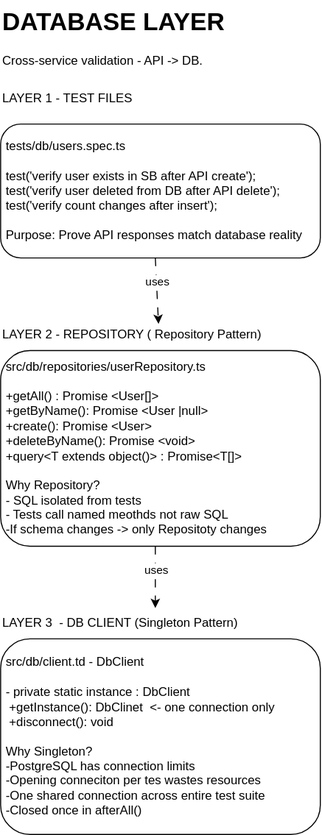
Before: docs/design/diagrams/07-database-layer.svg, a diagram exported from draw.io (sashika-hsg/qa-automation-portfolio). Source tidied: cells renumbered, new cells last; positions are measured from the earlier drawing's top-left corner, leaving out a move shared by most shapes.
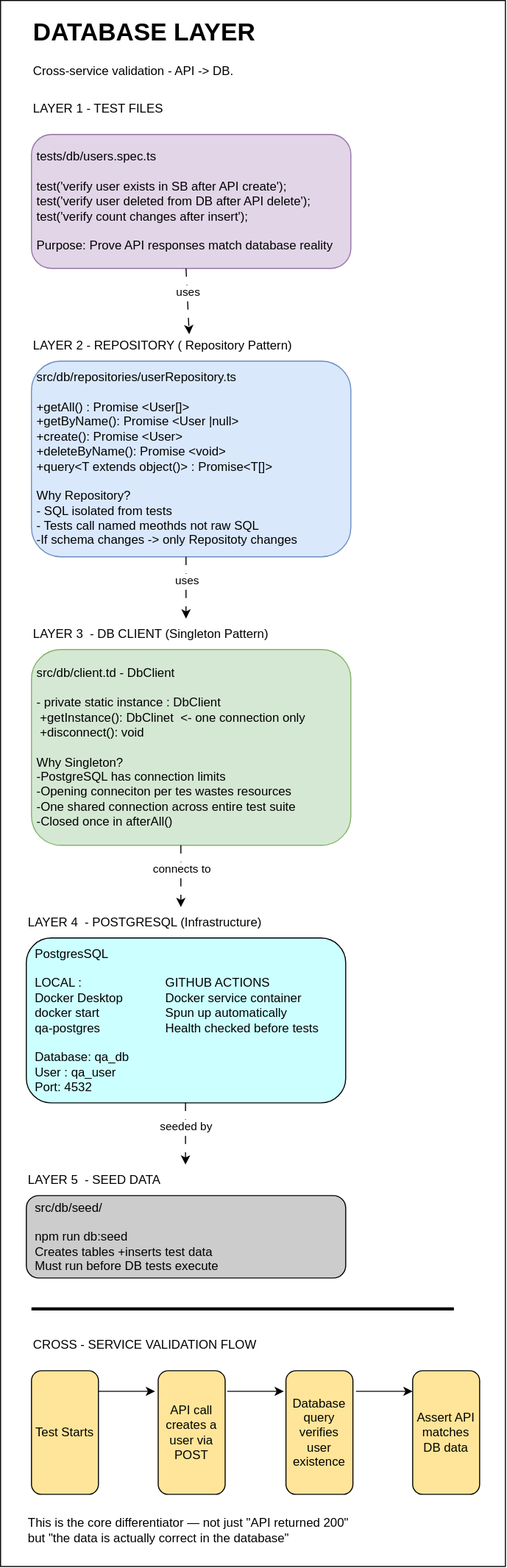
Above is the later version.

The edit, as a diff of the source:
```diff
@@ -2,16 +2,19 @@
   <root>
     <mxCell id="0" />
     <mxCell id="1" parent="0" />
+    <mxCell id="13" style="rounded=0;whiteSpace=wrap;html=1;" parent="1" vertex="1">
+      <mxGeometry x="-30" y="-10" width="490" height="1520" as="geometry" />
+    </mxCell>
     <mxCell id="2" value="&lt;h1 style=&quot;margin-top: 0px;&quot;&gt;DATABASE LAYER&lt;/h1&gt;&lt;p&gt;Cross-service validation - API -&amp;gt; DB.&lt;/p&gt;" style="text;html=1;whiteSpace=wrap;overflow=hidden;rounded=0;" parent="1" vertex="1">
       <mxGeometry width="250" height="80" as="geometry" />
     </mxCell>
-    <mxCell id="3" value="&amp;nbsp;tests/db/users.spec.ts&lt;div&gt;&lt;br&gt;&lt;/div&gt;&lt;div&gt;&amp;nbsp;test('verify user exists in SB after API create');&lt;/div&gt;&lt;div&gt;&amp;nbsp;test('verify user deleted from DB after API delete');&lt;/div&gt;&lt;div&gt;&amp;nbsp;test('verify count changes after insert');&lt;/div&gt;&lt;div&gt;&amp;nbsp;&lt;/div&gt;&lt;div&gt;&amp;nbsp;Purpose: Prove API responses match database reality&lt;/div&gt;" style="rounded=1;whiteSpace=wrap;html=1;align=left;" parent="1" vertex="1">
+    <mxCell id="3" value="&amp;nbsp;tests/db/users.spec.ts&lt;div&gt;&lt;br&gt;&lt;/div&gt;&lt;div&gt;&amp;nbsp;test('verify user exists in SB after API create');&lt;/div&gt;&lt;div&gt;&amp;nbsp;test('verify user deleted from DB after API delete');&lt;/div&gt;&lt;div&gt;&amp;nbsp;test('verify count changes after insert');&lt;/div&gt;&lt;div&gt;&amp;nbsp;&lt;/div&gt;&lt;div&gt;&amp;nbsp;Purpose: Prove API responses match database reality&lt;/div&gt;" style="rounded=1;whiteSpace=wrap;html=1;align=left;fillColor=#e1d5e7;strokeColor=#9673a6;" parent="1" vertex="1">
       <mxGeometry y="120" width="310" height="130" as="geometry" />
     </mxCell>
     <mxCell id="4" value="LAYER 1 - TEST FILES" style="text;html=1;whiteSpace=wrap;strokeColor=none;fillColor=none;align=left;verticalAlign=middle;rounded=0;" parent="1" vertex="1">
       <mxGeometry y="80" width="140" height="30" as="geometry" />
     </mxCell>
-    <mxCell id="5" value="&amp;nbsp;src/db/repositories/userRepository.ts  &lt;div&gt;&lt;br&gt;&lt;/div&gt;&lt;div&gt;&amp;nbsp;+getAll() : Promise &amp;lt;User[]&amp;gt;&lt;br&gt;&lt;/div&gt;&lt;div&gt;&amp;nbsp;+getByName(): Promise &amp;lt;User |null&amp;gt;&lt;/div&gt;&lt;div&gt;&amp;nbsp;+create(): Promise &amp;lt;User&amp;gt;&lt;/div&gt;&lt;div&gt;&amp;nbsp;+deleteByName(): Promise &amp;lt;void&amp;gt;&lt;/div&gt;&lt;div&gt;&amp;nbsp;+query&amp;lt;T extends object()&amp;gt; : Promise&amp;lt;T[]&amp;gt;&lt;/div&gt;&lt;div&gt;&lt;br&gt;&lt;/div&gt;&lt;div&gt;&amp;nbsp;Why Repository?&lt;/div&gt;&lt;div&gt;&amp;nbsp;- SQL isolated from tests&lt;/div&gt;&lt;div&gt;&amp;nbsp;- Tests call named meothds not raw SQL&lt;/div&gt;&lt;div&gt;&amp;nbsp;-If schema changes -&amp;gt; only Repositoty changes&lt;/div&gt;" style="rounded=1;whiteSpace=wrap;html=1;align=left;labelPosition=center;verticalLabelPosition=middle;verticalAlign=middle;" parent="1" vertex="1">
+    <mxCell id="5" value="&amp;nbsp;src/db/repositories/userRepository.ts  &lt;div&gt;&lt;br&gt;&lt;/div&gt;&lt;div&gt;&amp;nbsp;+getAll() : Promise &amp;lt;User[]&amp;gt;&lt;br&gt;&lt;/div&gt;&lt;div&gt;&amp;nbsp;+getByName(): Promise &amp;lt;User |null&amp;gt;&lt;/div&gt;&lt;div&gt;&amp;nbsp;+create(): Promise &amp;lt;User&amp;gt;&lt;/div&gt;&lt;div&gt;&amp;nbsp;+deleteByName(): Promise &amp;lt;void&amp;gt;&lt;/div&gt;&lt;div&gt;&amp;nbsp;+query&amp;lt;T extends object()&amp;gt; : Promise&amp;lt;T[]&amp;gt;&lt;/div&gt;&lt;div&gt;&lt;br&gt;&lt;/div&gt;&lt;div&gt;&amp;nbsp;Why Repository?&lt;/div&gt;&lt;div&gt;&amp;nbsp;- SQL isolated from tests&lt;/div&gt;&lt;div&gt;&amp;nbsp;- Tests call named meothds not raw SQL&lt;/div&gt;&lt;div&gt;&amp;nbsp;-If schema changes -&amp;gt; only Repositoty changes&lt;/div&gt;" style="rounded=1;whiteSpace=wrap;html=1;align=left;labelPosition=center;verticalLabelPosition=middle;verticalAlign=middle;fillColor=#dae8fc;strokeColor=#6c8ebf;" parent="1" vertex="1">
       <mxGeometry y="340" width="310" height="190" as="geometry" />
     </mxCell>
     <mxCell id="6" value="LAYER 2 - REPOSITORY ( Repository Pattern)" style="text;html=1;whiteSpace=wrap;strokeColor=none;fillColor=none;align=left;verticalAlign=middle;rounded=0;" parent="1" vertex="1">
@@ -25,7 +28,7 @@
     <mxCell id="8" value="uses" style="edgeLabel;html=1;align=center;verticalAlign=middle;" parent="7" vertex="1">
       <mxGeometry x="-0.27" relative="1" as="geometry" />
     </mxCell>
-    <mxCell id="9" value="&amp;nbsp;src/db/client.td - DbClient&lt;div&gt;&lt;br&gt;&lt;/div&gt;&lt;div&gt;&amp;nbsp;- private static instance : DbClient&lt;/div&gt;&lt;div&gt;&amp;nbsp; +getInstance(): DbClinet&amp;nbsp; &amp;lt;- one connection only&amp;nbsp;&lt;/div&gt;&lt;div&gt;&amp;nbsp; +disconnect(): void&lt;/div&gt;&lt;div&gt;&lt;br&gt;&lt;/div&gt;&lt;div&gt;&amp;nbsp;Why Singleton?&lt;/div&gt;&lt;div&gt;&amp;nbsp;-PostgreSQL has connection limits&lt;/div&gt;&lt;div&gt;&amp;nbsp;-Opening conneciton per tes wastes resources&lt;/div&gt;&lt;div&gt;&amp;nbsp;-One shared connection across entire test suite&lt;/div&gt;&lt;div&gt;&amp;nbsp;-Closed once in afterAll()&lt;/div&gt;" style="rounded=1;whiteSpace=wrap;html=1;align=left;labelPosition=center;verticalLabelPosition=middle;verticalAlign=middle;" parent="1" vertex="1">
+    <mxCell id="9" value="&amp;nbsp;src/db/client.td - DbClient&lt;div&gt;&lt;br&gt;&lt;/div&gt;&lt;div&gt;&amp;nbsp;- private static instance : DbClient&lt;/div&gt;&lt;div&gt;&amp;nbsp; +getInstance(): DbClinet&amp;nbsp; &amp;lt;- one connection only&amp;nbsp;&lt;/div&gt;&lt;div&gt;&amp;nbsp; +disconnect(): void&lt;/div&gt;&lt;div&gt;&lt;br&gt;&lt;/div&gt;&lt;div&gt;&amp;nbsp;Why Singleton?&lt;/div&gt;&lt;div&gt;&amp;nbsp;-PostgreSQL has connection limits&lt;/div&gt;&lt;div&gt;&amp;nbsp;-Opening conneciton per tes wastes resources&lt;/div&gt;&lt;div&gt;&amp;nbsp;-One shared connection across entire test suite&lt;/div&gt;&lt;div&gt;&amp;nbsp;-Closed once in afterAll()&lt;/div&gt;" style="rounded=1;whiteSpace=wrap;html=1;align=left;labelPosition=center;verticalLabelPosition=middle;verticalAlign=middle;fillColor=#d5e8d4;strokeColor=#82b366;" parent="1" vertex="1">
       <mxGeometry y="620" width="310" height="190" as="geometry" />
     </mxCell>
     <mxCell id="10" value="LAYER 3&amp;nbsp; - DB CLIENT (Singleton Pattern)" style="text;html=1;whiteSpace=wrap;strokeColor=none;fillColor=none;align=left;verticalAlign=middle;rounded=0;" parent="1" vertex="1">
@@ -39,5 +42,76 @@
     <mxCell id="12" value="uses" style="edgeLabel;html=1;align=center;verticalAlign=middle;" parent="11" vertex="1">
       <mxGeometry x="-0.27" relative="1" as="geometry" />
     </mxCell>
+    <mxCell id="14" value="&lt;div&gt;&amp;nbsp; PostgresSQL&lt;/div&gt;&lt;div&gt;&lt;br&gt;&lt;/div&gt;&lt;div&gt;&amp;nbsp; LOCAL :&lt;span style=&quot;white-space: pre;&quot;&gt;&#9;&lt;/span&gt;&lt;span style=&quot;white-space: pre;&quot;&gt;&#9;&lt;span style=&quot;white-space: pre;&quot;&gt;&#9;&lt;/span&gt;&lt;/span&gt;GITHUB ACTIONS&amp;nbsp;&lt;br&gt;&lt;/div&gt;&lt;div&gt;&amp;nbsp; Docker Desktop&lt;span style=&quot;white-space: pre;&quot;&gt;&#9;&lt;/span&gt;&lt;span style=&quot;white-space: pre;&quot;&gt;&#9;&lt;/span&gt;Docker service container&lt;/div&gt;&lt;div&gt;&amp;nbsp; docker start&lt;span style=&quot;white-space: pre;&quot;&gt;&#9;&lt;/span&gt;&lt;span style=&quot;white-space: pre;&quot;&gt;&#9;&lt;/span&gt;&lt;span style=&quot;white-space: pre;&quot;&gt;&#9;&lt;/span&gt;Spun up automatically&lt;/div&gt;&lt;div&gt;&amp;nbsp; qa-postgres&lt;span style=&quot;white-space: pre;&quot;&gt;&#9;&lt;/span&gt;&lt;span style=&quot;white-space: pre;&quot;&gt;&#9;&lt;/span&gt;&lt;span style=&quot;white-space: pre;&quot;&gt;&#9;&lt;/span&gt;Health checked before tests&lt;/div&gt;&lt;div&gt;&lt;br&gt;&lt;/div&gt;&lt;div&gt;&amp;nbsp; Database: qa_db&lt;/div&gt;&lt;div&gt;&amp;nbsp; User : qa_user&lt;/div&gt;&lt;div&gt;&amp;nbsp; Port: 4532&lt;/div&gt;" style="rounded=1;whiteSpace=wrap;html=1;align=left;labelPosition=center;verticalLabelPosition=middle;verticalAlign=middle;fillColor=#CCFFFF;" parent="1" vertex="1">
+      <mxGeometry x="-5" y="900" width="310" height="160" as="geometry" />
+    </mxCell>
+    <mxCell id="15" value="LAYER 4&amp;nbsp; - POSTGRESQL (Infrastructure)" style="text;html=1;whiteSpace=wrap;strokeColor=none;fillColor=none;align=left;verticalAlign=middle;rounded=0;" parent="1" vertex="1">
+      <mxGeometry x="-5" y="870" width="300" height="30" as="geometry" />
+    </mxCell>
+    <mxCell id="16" style="endArrow=classic;html=1;rounded=0;dashed=1;dashPattern=8 8;" parent="1" edge="1" target="15">
+      <mxGeometry relative="1" as="geometry">
+        <mxPoint x="145" y="810" as="sourcePoint" />
+      </mxGeometry>
+    </mxCell>
+    <mxCell id="17" value="connects to" style="edgeLabel;html=1;align=center;verticalAlign=middle;" parent="16" vertex="1">
+      <mxGeometry x="-0.27" relative="1" as="geometry" />
+    </mxCell>
+    <mxCell id="18" value="&lt;div&gt;&amp;nbsp; src/db/seed/&lt;/div&gt;&lt;div&gt;&lt;br&gt;&lt;/div&gt;&lt;div&gt;&amp;nbsp; npm run db:seed&lt;/div&gt;&lt;div&gt;&amp;nbsp; Creates tables +inserts test data&lt;/div&gt;&lt;div&gt;&lt;span style=&quot;background-color: transparent; color: light-dark(rgb(0, 0, 0), rgb(255, 255, 255));&quot;&gt;&amp;nbsp; Must run before DB tests execute&lt;/span&gt;&lt;/div&gt;" style="rounded=1;whiteSpace=wrap;html=1;align=left;labelPosition=center;verticalLabelPosition=middle;verticalAlign=middle;fillColor=#CCCCCC;" parent="1" vertex="1">
+      <mxGeometry x="-5" y="1150" width="310" height="80" as="geometry" />
+    </mxCell>
+    <mxCell id="19" value="LAYER 5&amp;nbsp; - SEED DATA" style="text;html=1;whiteSpace=wrap;strokeColor=none;fillColor=none;align=left;verticalAlign=middle;rounded=0;" parent="1" vertex="1">
+      <mxGeometry x="-5" y="1120" width="300" height="30" as="geometry" />
+    </mxCell>
+    <mxCell id="20" style="endArrow=none;html=1;rounded=0;strokeWidth=3;" parent="1" edge="1">
+      <mxGeometry relative="1" as="geometry">
+        <mxPoint y="1260" as="sourcePoint" />
+        <mxPoint x="410" y="1260" as="targetPoint" />
+      </mxGeometry>
+    </mxCell>
+    <mxCell id="21" value="CROSS - SERVICE VALIDATION FLOW" style="text;html=1;whiteSpace=wrap;strokeColor=none;fillColor=none;align=left;verticalAlign=middle;rounded=0;" parent="1" vertex="1">
+      <mxGeometry y="1280" width="300" height="30" as="geometry" />
+    </mxCell>
+    <mxCell id="22" style="endArrow=classic;html=1;rounded=0;dashed=1;dashPattern=8 8;" parent="1" edge="1">
+      <mxGeometry relative="1" as="geometry">
+        <mxPoint x="149.5" y="1060" as="sourcePoint" />
+        <mxPoint x="149.5" y="1120" as="targetPoint" />
+      </mxGeometry>
+    </mxCell>
+    <mxCell id="23" value="seeded by" style="edgeLabel;html=1;align=center;verticalAlign=middle;" parent="22" vertex="1">
+      <mxGeometry x="-0.27" relative="1" as="geometry" />
+    </mxCell>
+    <mxCell id="24" value="&lt;div&gt;Test Starts&lt;/div&gt;" style="rounded=1;whiteSpace=wrap;html=1;align=center;labelPosition=center;verticalLabelPosition=middle;verticalAlign=middle;fillColor=#FFE599;" parent="1" vertex="1">
+      <mxGeometry y="1320" width="65" height="120" as="geometry" />
+    </mxCell>
+    <mxCell id="25" style="endArrow=classic;html=1;rounded=0;" parent="1" edge="1">
+      <mxGeometry relative="1" as="geometry">
+        <mxPoint x="65" y="1340" as="sourcePoint" />
+        <mxPoint x="120" y="1340" as="targetPoint" />
+      </mxGeometry>
+    </mxCell>
+    <mxCell id="26" value="&lt;div&gt;API call creates a user via POST&lt;/div&gt;" style="rounded=1;whiteSpace=wrap;html=1;align=center;labelPosition=center;verticalLabelPosition=middle;verticalAlign=middle;fillColor=#FFE599;" parent="1" vertex="1">
+      <mxGeometry x="123" y="1320" width="65" height="120" as="geometry" />
+    </mxCell>
+    <mxCell id="27" value="&lt;div&gt;Database query verifies user existence&lt;/div&gt;" style="rounded=1;whiteSpace=wrap;html=1;align=center;labelPosition=center;verticalLabelPosition=middle;verticalAlign=middle;fillColor=#FFE599;" parent="1" vertex="1">
+      <mxGeometry x="247" y="1320" width="65" height="120" as="geometry" />
+    </mxCell>
+    <mxCell id="28" value="&lt;div&gt;Assert API matches DB data&lt;/div&gt;" style="rounded=1;whiteSpace=wrap;html=1;align=center;labelPosition=center;verticalLabelPosition=middle;verticalAlign=middle;fillColor=#FFE599;" parent="1" vertex="1">
+      <mxGeometry x="370" y="1320" width="65" height="120" as="geometry" />
+    </mxCell>
+    <mxCell id="29" style="endArrow=classic;html=1;rounded=0;" parent="1" edge="1">
+      <mxGeometry relative="1" as="geometry">
+        <mxPoint x="190" y="1340" as="sourcePoint" />
+        <mxPoint x="245" y="1340" as="targetPoint" />
+      </mxGeometry>
+    </mxCell>
+    <mxCell id="30" style="endArrow=classic;html=1;rounded=0;" parent="1" edge="1">
+      <mxGeometry relative="1" as="geometry">
+        <mxPoint x="315" y="1340" as="sourcePoint" />
+        <mxPoint x="370" y="1340" as="targetPoint" />
+      </mxGeometry>
+    </mxCell>
+    <mxCell id="31" value="This is the core differentiator — not just &quot;API returned 200&quot;&lt;br/&gt;     but &quot;the data is actually correct in the database&quot;" style="text;html=1;whiteSpace=wrap;strokeColor=none;fillColor=none;align=left;verticalAlign=middle;rounded=0;" parent="1" vertex="1">
+      <mxGeometry x="-5" y="1460" width="440" height="30" as="geometry" />
+    </mxCell>
   </root>
 </mxGraphModel>
```
